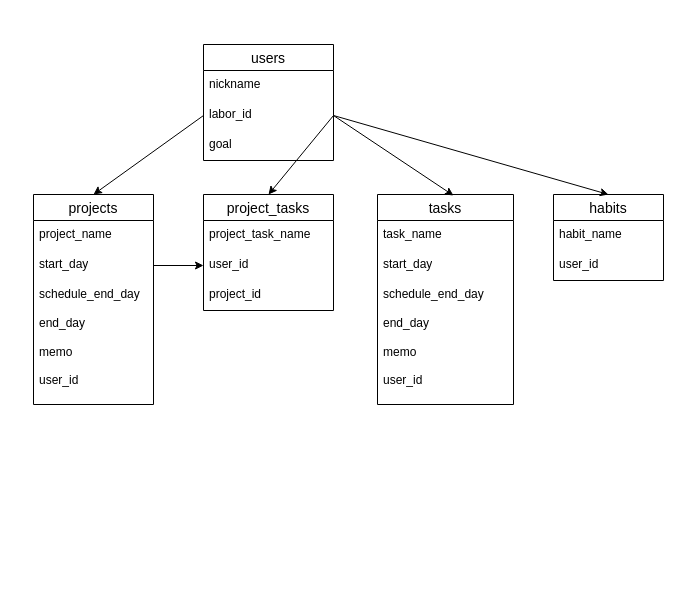
kazu7719/jobwin keeps this draw.io diagram as er.dio. Above is the earlier version. Source tidied: cells renumbered, new cells numbered last; positions are measured from the earlier drawing's top-left corner, leaving out a move shared by most shapes. Both pictures are drawn from the tidied source at 100%, with x=0, y=0 at pixel (33, 44).
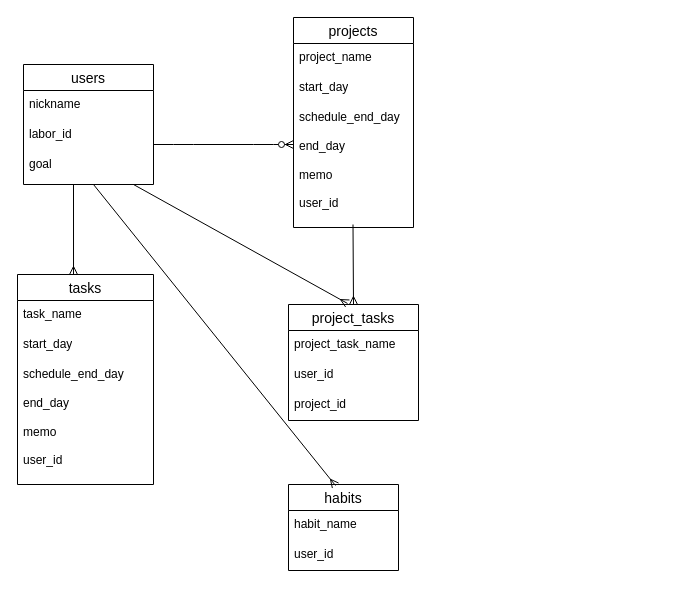
Above is the later version.

The change refers to these unchanged cells:
```xml
<mxCell id="4" value="labor_id" style="text;strokeColor=none;fillColor=none;spacingLeft=4;spacingRight=4;overflow=hidden;points=[[0,0.5],[1,0.5]];portConstraint=eastwest;fontSize=12;whiteSpace=wrap;html=1;" parent="2" vertex="1">
  <mxGeometry y="56" width="130" height="30" as="geometry" />
</mxCell>
<mxCell id="8" value="start_day" style="text;strokeColor=none;fillColor=none;spacingLeft=4;spacingRight=4;overflow=hidden;points=[[0,0.5],[1,0.5]];portConstraint=eastwest;fontSize=12;whiteSpace=wrap;html=1;" parent="6" vertex="1">
  <mxGeometry y="56" width="120" height="30" as="geometry" />
</mxCell>
<mxCell id="12" value="user_id" style="text;strokeColor=none;fillColor=none;spacingLeft=4;spacingRight=4;overflow=hidden;points=[[0,0.5],[1,0.5]];portConstraint=eastwest;fontSize=12;whiteSpace=wrap;html=1;" parent="10" vertex="1">
  <mxGeometry y="56" width="130" height="30" as="geometry" />
</mxCell>
```

The edit, as a diff of the source:
```diff
@@
     <mxCell id="2" value="users" style="swimlane;fontStyle=0;horizontal=1;startSize=26;align=center;fontSize=14;" parent="1" vertex="1">
-      <mxGeometry x="170" width="130" height="116" as="geometry" />
+      <mxGeometry x="-10" y="20" width="130" height="120" as="geometry" />
     </mxCell>
@@
     <mxCell id="5" value="goal" style="text;strokeColor=none;fillColor=none;spacingLeft=4;spacingRight=4;overflow=hidden;fontSize=12;whiteSpace=wrap;html=1;" parent="2" vertex="1">
-      <mxGeometry y="86" width="130" height="30" as="geometry" />
+      <mxGeometry y="86" width="130" height="34" as="geometry" />
     </mxCell>
     <mxCell id="6" value="projects" style="swimlane;fontStyle=0;horizontal=1;startSize=26;align=center;fontSize=14;" parent="1" vertex="1">
-      <mxGeometry y="150" width="120" height="210" as="geometry" />
+      <mxGeometry x="260" y="-27" width="120" height="210" as="geometry" />
     </mxCell>
@@
     <mxCell id="10" value="project_tasks" style="swimlane;fontStyle=0;horizontal=1;startSize=26;align=center;fontSize=14;" parent="1" vertex="1">
-      <mxGeometry x="170" y="150" width="130" height="116" as="geometry" />
+      <mxGeometry x="255" y="260" width="130" height="116" as="geometry" />
     </mxCell>
@@
     <mxCell id="14" value="tasks" style="swimlane;fontStyle=0;horizontal=1;startSize=26;align=center;fontSize=14;" parent="1" vertex="1">
-      <mxGeometry x="344" y="150" width="136" height="210" as="geometry" />
+      <mxGeometry x="-16" y="230" width="136" height="210" as="geometry" />
     </mxCell>
@@
     <mxCell id="18" value="habits" style="swimlane;fontStyle=0;horizontal=1;startSize=26;align=center;fontSize=14;" parent="1" vertex="1">
-      <mxGeometry x="520" y="150" width="110" height="86" as="geometry" />
+      <mxGeometry x="255" y="440" width="110" height="86" as="geometry" />
     </mxCell>
@@
+    <mxCell id="26" style="edgeStyle=entityRelationEdgeStyle;fontSize=12;html=1;endArrow=ERzeroToMany;endFill=1;" parent="1" edge="1">
+      <mxGeometry relative="1" as="geometry">
+        <mxPoint x="120" y="100" as="sourcePoint" />
+        <mxPoint x="260" y="100" as="targetPoint" />
+      </mxGeometry>
+    </mxCell>
+    <mxCell id="27" style="edgeStyle=none;html=1;exitX=1;exitY=0.5;exitDx=0;exitDy=0;endArrow=ERmany;endFill=0;entryX=0.454;entryY=-0.009;entryDx=0;entryDy=0;entryPerimeter=0;" parent="1" edge="1" target="10">
+      <mxGeometry relative="1" as="geometry">
+        <mxPoint x="100" y="140" as="sourcePoint" />
+      </mxGeometry>
+    </mxCell>
-    <mxCell id="21" style="edgeStyle=none;html=1;exitX=0;exitY=0.5;exitDx=0;exitDy=0;entryX=0.5;entryY=0;entryDx=0;entryDy=0;" parent="1" edge="1" source="4" target="6">
-      <mxGeometry relative="1" as="geometry" />
+    <mxCell id="21" style="edgeStyle=none;html=1;exitX=1;exitY=0.5;exitDx=0;exitDy=0;endArrow=ERmany;endFill=0;entryX=0.427;entryY=0.012;entryDx=0;entryDy=0;entryPerimeter=0;" parent="1" edge="1" target="18">
+      <mxGeometry relative="1" as="geometry">
+        <mxPoint x="60" y="140" as="sourcePoint" />
+      </mxGeometry>
     </mxCell>
+    <mxCell id="28" style="edgeStyle=none;html=1;exitX=1;exitY=0.5;exitDx=0;exitDy=0;endArrow=ERmany;endFill=0;entryX=0.412;entryY=0;entryDx=0;entryDy=0;entryPerimeter=0;" parent="1" edge="1" target="14">
+      <mxGeometry relative="1" as="geometry">
+        <mxPoint x="40" y="140" as="sourcePoint" />
+      </mxGeometry>
+    </mxCell>
-    <mxCell id="22" style="edgeStyle=none;html=1;exitX=1;exitY=0.5;exitDx=0;exitDy=0;entryX=0.559;entryY=0.005;entryDx=0;entryDy=0;entryPerimeter=0;" parent="1" edge="1" source="4" target="14">
-      <mxGeometry relative="1" as="geometry" />
+    <mxCell id="22" style="edgeStyle=none;html=1;exitX=1;exitY=0.5;exitDx=0;exitDy=0;endArrow=ERmany;endFill=0;entryX=0.5;entryY=0;entryDx=0;entryDy=0;" parent="1" edge="1" target="10">
+      <mxGeometry relative="1" as="geometry">
+        <mxPoint x="319.5" y="180" as="sourcePoint" />
+      </mxGeometry>
     </mxCell>
-    <mxCell id="23" style="edgeStyle=none;html=1;exitX=1;exitY=0.5;exitDx=0;exitDy=0;entryX=0.5;entryY=0;entryDx=0;entryDy=0;" parent="1" edge="1" source="4" target="18">
-      <mxGeometry relative="1" as="geometry" />
-    </mxCell>
-    <mxCell id="24" style="edgeStyle=none;html=1;exitX=1;exitY=0.5;exitDx=0;exitDy=0;entryX=0.5;entryY=0;entryDx=0;entryDy=0;" parent="1" edge="1" source="4" target="10">
-      <mxGeometry relative="1" as="geometry" />
-    </mxCell>
-    <mxCell id="25" style="edgeStyle=none;html=1;exitX=1;exitY=0.5;exitDx=0;exitDy=0;entryX=0;entryY=0.5;entryDx=0;entryDy=0;" parent="1" edge="1" source="8" target="12">
-      <mxGeometry relative="1" as="geometry" />
-    </mxCell>
```
